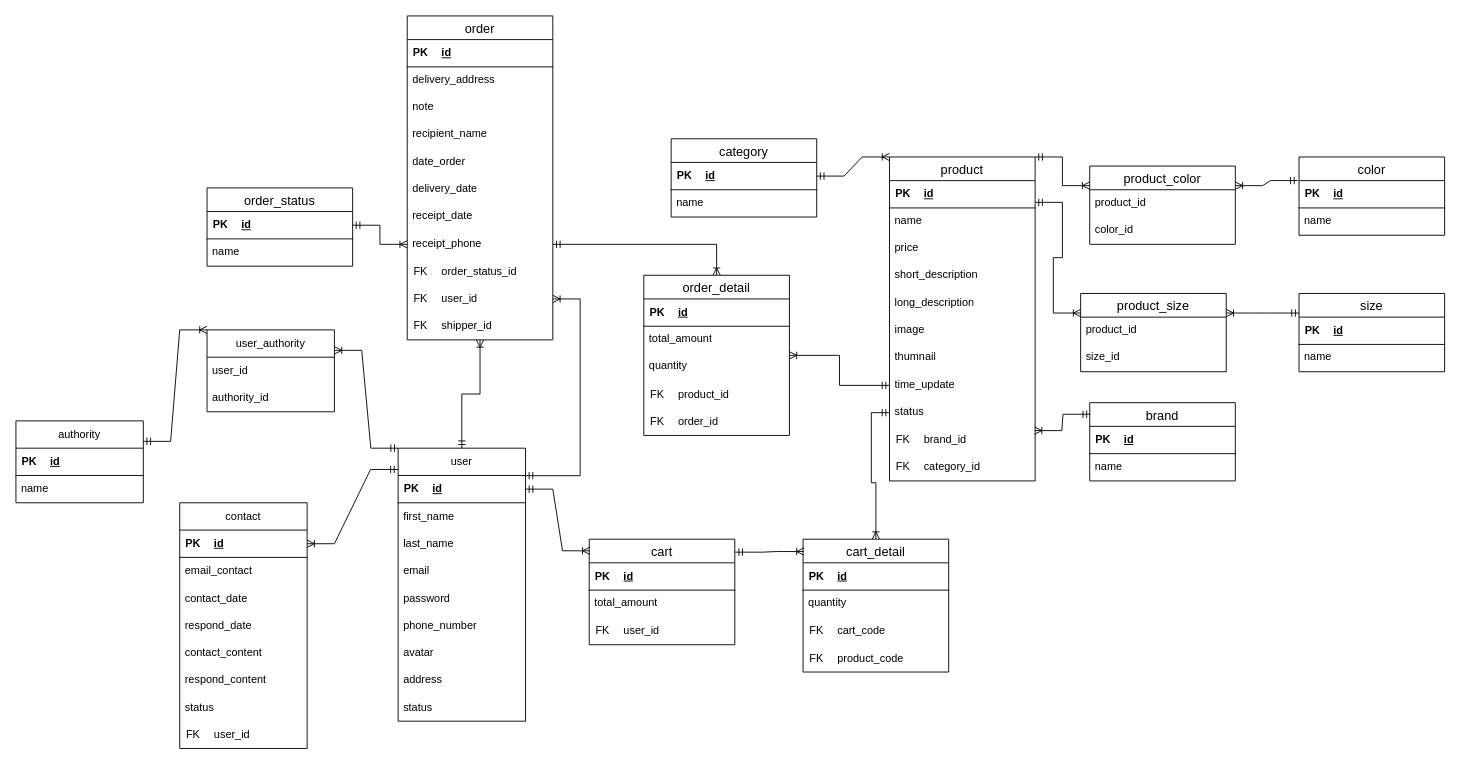
Above: shop-online/Biểu đồ không có tiêu đề.drawio in Dangnhhe161726/shop-online (draw.io), before the change. Source tidied: cells renumbered, new cells numbered last; positions are measured from the earlier drawing's top-left corner, leaving out a move shared by most shapes. Both pictures are drawn from the tidied source at 91%, with x=0, y=0 at pixel (15, -285).
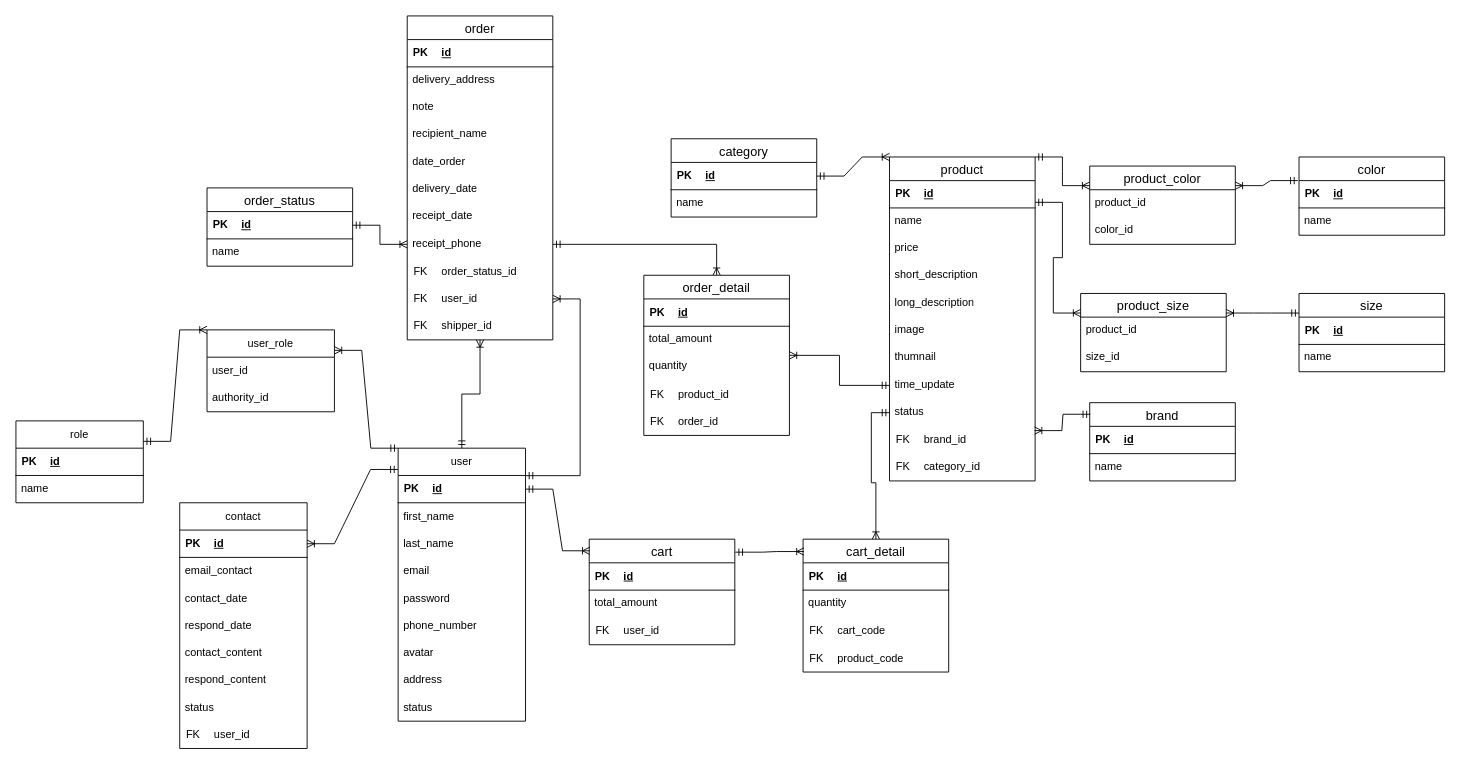
The same page after the edit.

What changed in the source:
```diff
@@
-    <mxCell id="15" value="authority" style="swimlane;fontStyle=0;horizontal=1;startSize=30;whiteSpace=wrap;html=1;" parent="1" vertex="1">
+    <mxCell id="15" value="role" style="swimlane;fontStyle=0;horizontal=1;startSize=30;whiteSpace=wrap;html=1;" parent="1" vertex="1">
       <mxGeometry y="775" width="140" height="90" as="geometry" />
     </mxCell>
@@
-    <mxCell id="21" value="user_authority" style="swimlane;fontStyle=0;horizontal=1;startSize=30;whiteSpace=wrap;html=1;" parent="1" vertex="1">
+    <mxCell id="21" value="user_role" style="swimlane;fontStyle=0;horizontal=1;startSize=30;whiteSpace=wrap;html=1;" parent="1" vertex="1">
       <mxGeometry x="210" y="675" width="140" height="90" as="geometry" />
     </mxCell>
```
